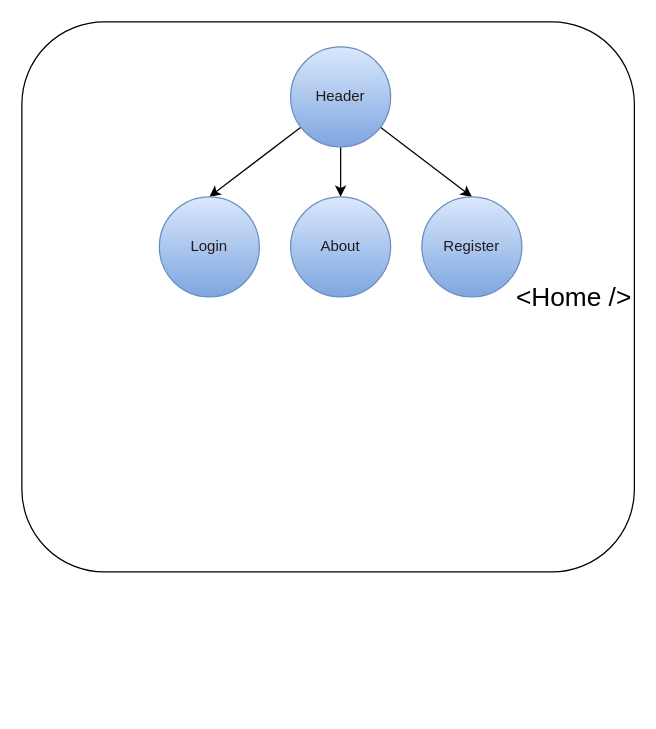
This is diagram.drawio from mrslvs/invoicing, a draw.io file, before an edit. Source tidied: cells renumbered, new cells numbered last; positions are measured from the earlier drawing's top-left corner, leaving out a move shared by most shapes. Both pictures are drawn from the tidied source at 125%, with x=0, y=0 at pixel (21, 21).
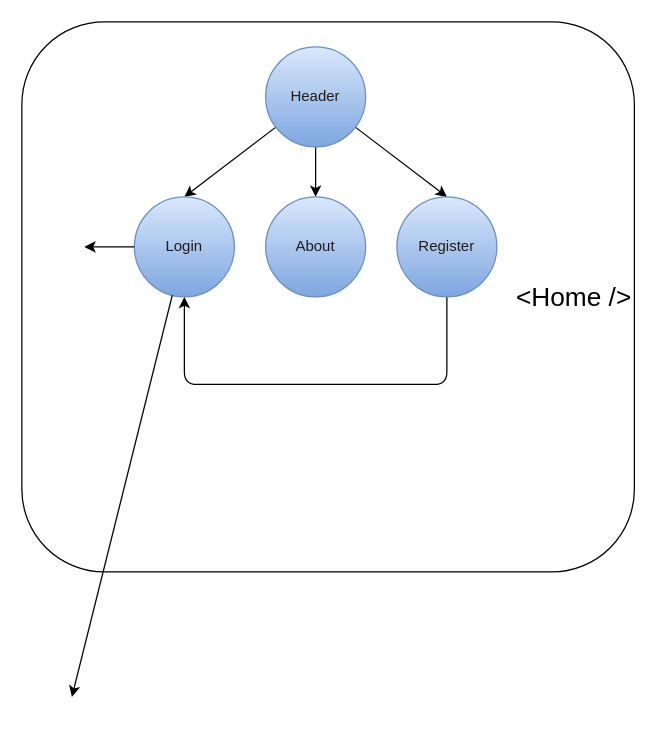
Above is the later version.

What changed in the source:
```diff
@@
 <mxGraphModel>
   <root>
     <mxCell id="0" />
     <mxCell id="1" parent="0" />
     <mxCell id="2" value="&lt;font style=&quot;font-size: 21px;&quot;&gt;&amp;lt;Home /&amp;gt;&lt;/font&gt;" style="rounded=1;whiteSpace=wrap;html=1;arcSize=15;align=right;" parent="1" vertex="1">
       <mxGeometry width="490" height="440" as="geometry" />
     </mxCell>
+    <mxCell id="10" style="group;" parent="1" vertex="1">
+      <mxGeometry x="90" y="20" width="290" height="200" as="geometry" />
+    </mxCell>
-    <mxCell id="3" style="edgeStyle=none;html=1;entryX=0.5;entryY=0;entryDx=0;entryDy=0;fontSize=21;fontColor=#231b1b;" parent="1" edge="1" source="6" target="7">
-      <mxGeometry relative="1" as="geometry" />
+    <mxCell id="3" style="edgeStyle=none;html=1;entryX=0.5;entryY=0;entryDx=0;entryDy=0;fontSize=21;fontColor=#231b1b;" parent="10" edge="1" target="7">
+      <mxGeometry relative="1" as="geometry">
+        <mxPoint x="113.2" y="64.2" as="sourcePoint" />
+      </mxGeometry>
     </mxCell>
-    <mxCell id="4" style="edgeStyle=none;html=1;fontSize=21;fontColor=#231b1b;" parent="1" edge="1" source="6" target="8">
-      <mxGeometry relative="1" as="geometry" />
+    <mxCell id="4" style="edgeStyle=none;html=1;fontSize=21;fontColor=#231b1b;" parent="10" edge="1">
+      <mxGeometry relative="1" as="geometry">
+        <mxPoint x="145" y="80" as="sourcePoint" />
+        <mxPoint x="145" y="120" as="targetPoint" />
+      </mxGeometry>
     </mxCell>
-    <mxCell id="5" style="edgeStyle=none;html=1;entryX=0.5;entryY=0;entryDx=0;entryDy=0;fontSize=21;fontColor=#231b1b;" parent="1" edge="1" source="6" target="9">
-      <mxGeometry relative="1" as="geometry" />
+    <mxCell id="5" style="edgeStyle=none;html=1;entryX=0.5;entryY=0;entryDx=0;entryDy=0;fontSize=21;fontColor=#231b1b;" parent="10" edge="1">
+      <mxGeometry relative="1" as="geometry">
+        <mxPoint x="176.8" y="64.2" as="sourcePoint" />
+        <mxPoint x="250" y="120" as="targetPoint" />
+      </mxGeometry>
     </mxCell>
-    <mxCell id="6" value="&lt;font color=&quot;#231b1b&quot;&gt;Header&lt;/font&gt;" style="ellipse;whiteSpace=wrap;html=1;fillColor=#dae8fc;strokeColor=#6c8ebf;gradientColor=#7ea6e0;" parent="1" vertex="1">
-      <mxGeometry x="215" y="20" width="80" height="80" as="geometry" />
-    </mxCell>
-    <mxCell id="7" value="&lt;font color=&quot;#231b1b&quot;&gt;Login&lt;/font&gt;" style="ellipse;whiteSpace=wrap;html=1;fillColor=#dae8fc;strokeColor=#6c8ebf;gradientColor=#7ea6e0;" parent="1" vertex="1">
-      <mxGeometry x="110" y="140" width="80" height="80" as="geometry" />
+    <mxCell id="7" value="&lt;font color=&quot;#231b1b&quot;&gt;Login&lt;/font&gt;" style="ellipse;whiteSpace=wrap;html=1;fillColor=#dae8fc;strokeColor=#6c8ebf;gradientColor=#7ea6e0;" parent="10" vertex="1">
+      <mxGeometry y="120" width="80" height="80" as="geometry" />
     </mxCell>
-    <mxCell id="8" value="&lt;font color=&quot;#231b1b&quot;&gt;About&lt;/font&gt;" style="ellipse;whiteSpace=wrap;html=1;fillColor=#dae8fc;strokeColor=#6c8ebf;gradientColor=#7ea6e0;" parent="1" vertex="1">
-      <mxGeometry x="215" y="140" width="80" height="80" as="geometry" />
+    <mxCell id="8" value="&lt;font color=&quot;#231b1b&quot;&gt;About&lt;/font&gt;" style="ellipse;whiteSpace=wrap;html=1;fillColor=#dae8fc;strokeColor=#6c8ebf;gradientColor=#7ea6e0;" parent="10" vertex="1">
+      <mxGeometry x="105" y="120" width="80" height="80" as="geometry" />
     </mxCell>
+    <mxCell id="11" style="edgeStyle=none;html=1;entryX=0.5;entryY=1;entryDx=0;entryDy=0;" parent="10" edge="1" source="9" target="7">
+      <mxGeometry relative="1" as="geometry">
+        <Array as="points">
+          <mxPoint x="250" y="270" />
+          <mxPoint x="40" y="270" />
+        </Array>
+      </mxGeometry>
+    </mxCell>
-    <mxCell id="9" value="&lt;font color=&quot;#231b1b&quot;&gt;Register&lt;/font&gt;" style="ellipse;whiteSpace=wrap;html=1;fillColor=#dae8fc;strokeColor=#6c8ebf;gradientColor=#7ea6e0;" parent="1" vertex="1">
-      <mxGeometry x="320" y="140" width="80" height="80" as="geometry" />
+    <mxCell id="9" value="&lt;font color=&quot;#231b1b&quot;&gt;Register&lt;/font&gt;" style="ellipse;whiteSpace=wrap;html=1;fillColor=#dae8fc;strokeColor=#6c8ebf;gradientColor=#7ea6e0;" parent="10" vertex="1">
+      <mxGeometry x="210" y="120" width="80" height="80" as="geometry" />
     </mxCell>
+    <mxCell id="6" value="&lt;font color=&quot;#231b1b&quot;&gt;Header&lt;/font&gt;" style="ellipse;whiteSpace=wrap;html=1;fillColor=#dae8fc;strokeColor=#6c8ebf;gradientColor=#7ea6e0;" parent="10" vertex="1">
+      <mxGeometry x="105" width="80" height="80" as="geometry" />
+    </mxCell>
+    <mxCell id="12" style="edgeStyle=none;html=1;" parent="1" edge="1" source="7">
+      <mxGeometry relative="1" as="geometry">
+        <mxPoint x="50" y="180" as="targetPoint" />
+      </mxGeometry>
+    </mxCell>
+    <mxCell id="13" style="edgeStyle=none;html=1;" parent="1" edge="1" source="7">
+      <mxGeometry relative="1" as="geometry">
+        <mxPoint x="40" y="540" as="targetPoint" />
+      </mxGeometry>
+    </mxCell>
   </root>
 </mxGraphModel>
```
